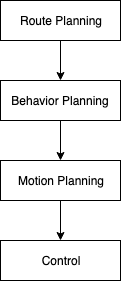
This is assets/pnc_overview.png from intonomos/blog, a draw.io export, as it was before one commit. Source tidied: cells renumbered, new cells last; positions are measured from the earlier drawing's top-left corner, leaving out a move shared by most shapes. Source of this version:
```xml
<mxGraphModel>
  <root>
    <mxCell id="0" />
    <mxCell id="1" parent="0" />
    <mxCell id="2" style="edgeStyle=orthogonalEdgeStyle;rounded=0;jettySize=auto;html=1;exitX=0.5;exitY=1;exitDx=0;exitDy=0;entryX=0.5;entryY=0;entryDx=0;entryDy=0;" parent="1" edge="1" source="3" target="5">
      <mxGeometry relative="1" as="geometry" />
    </mxCell>
    <mxCell id="3" value="Route Planning" style="rounded=0;whiteSpace=wrap;html=1;" parent="1" vertex="1">
      <mxGeometry width="120" height="40" as="geometry" />
    </mxCell>
    <mxCell id="4" style="edgeStyle=orthogonalEdgeStyle;rounded=0;jettySize=auto;html=1;exitX=0.5;exitY=1;exitDx=0;exitDy=0;entryX=0.5;entryY=0;entryDx=0;entryDy=0;" parent="1" edge="1" source="5" target="7">
      <mxGeometry relative="1" as="geometry" />
    </mxCell>
    <mxCell id="5" value="Behavior Planning" style="rounded=0;whiteSpace=wrap;html=1;" parent="1" vertex="1">
      <mxGeometry y="80" width="120" height="40" as="geometry" />
    </mxCell>
    <mxCell id="6" style="edgeStyle=orthogonalEdgeStyle;rounded=0;jettySize=auto;html=1;exitX=0.5;exitY=1;exitDx=0;exitDy=0;entryX=0.5;entryY=0;entryDx=0;entryDy=0;" parent="1" edge="1" source="7" target="8">
      <mxGeometry relative="1" as="geometry" />
    </mxCell>
    <mxCell id="7" value="Motion Planning" style="rounded=0;whiteSpace=wrap;html=1;" parent="1" vertex="1">
      <mxGeometry y="160" width="120" height="40" as="geometry" />
    </mxCell>
    <mxCell id="8" value="Control" style="rounded=0;whiteSpace=wrap;html=1;" parent="1" vertex="1">
      <mxGeometry y="240" width="120" height="40" as="geometry" />
    </mxCell>
  </root>
</mxGraphModel>
```
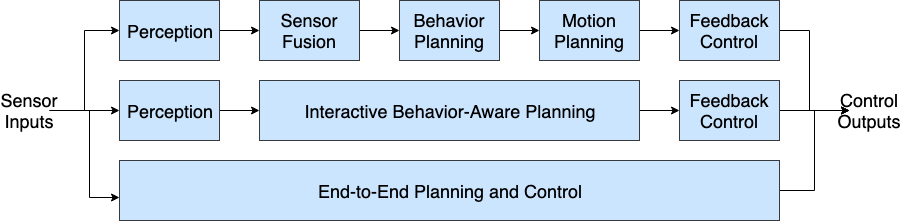
The same file after the commit.

What changed in the source:
```diff
@@ -2,26 +2,85 @@
   <root>
     <mxCell id="0" />
     <mxCell id="1" parent="0" />
-    <mxCell id="2" style="edgeStyle=orthogonalEdgeStyle;rounded=0;jettySize=auto;html=1;exitX=0.5;exitY=1;exitDx=0;exitDy=0;entryX=0.5;entryY=0;entryDx=0;entryDy=0;" parent="1" edge="1" source="3" target="5">
-      <mxGeometry relative="1" as="geometry" />
-    </mxCell>
-    <mxCell id="3" value="Route Planning" style="rounded=0;whiteSpace=wrap;html=1;" parent="1" vertex="1">
-      <mxGeometry width="120" height="40" as="geometry" />
-    </mxCell>
+    <mxCell id="9" style="edgeStyle=orthogonalEdgeStyle;rounded=0;jettySize=auto;html=1;exitX=1;exitY=0.5;exitDx=0;exitDy=0;entryX=0;entryY=0.5;entryDx=0;entryDy=0;fontSize=18;" parent="1" edge="1" source="10" target="23">
+      <mxGeometry relative="1" as="geometry" />
+    </mxCell>
+    <mxCell id="10" value="Perception" style="rounded=0;whiteSpace=wrap;html=1;fontSize=18;fillColor=#cce5ff;strokeColor=#36393d;" parent="1" vertex="1">
+      <mxGeometry x="-160" y="80" width="100" height="60" as="geometry" />
+    </mxCell>
-    <mxCell id="4" style="edgeStyle=orthogonalEdgeStyle;rounded=0;jettySize=auto;html=1;exitX=0.5;exitY=1;exitDx=0;exitDy=0;entryX=0.5;entryY=0;entryDx=0;entryDy=0;" parent="1" edge="1" source="5" target="7">
+    <mxCell id="4" style="edgeStyle=orthogonalEdgeStyle;rounded=0;jettySize=auto;html=1;exitX=1;exitY=0.5;exitDx=0;exitDy=0;entryX=0;entryY=0.5;entryDx=0;entryDy=0;fontSize=18;" parent="1" edge="1" source="5" target="7">
       <mxGeometry relative="1" as="geometry" />
     </mxCell>
-    <mxCell id="5" value="Behavior Planning" style="rounded=0;whiteSpace=wrap;html=1;" parent="1" vertex="1">
-      <mxGeometry y="80" width="120" height="40" as="geometry" />
+    <mxCell id="5" value="Behavior Planning" style="rounded=0;whiteSpace=wrap;html=1;fontSize=18;fillColor=#cce5ff;strokeColor=#36393d;" parent="1" vertex="1">
+      <mxGeometry x="120" y="80" width="100" height="60" as="geometry" />
     </mxCell>
-    <mxCell id="6" style="edgeStyle=orthogonalEdgeStyle;rounded=0;jettySize=auto;html=1;exitX=0.5;exitY=1;exitDx=0;exitDy=0;entryX=0.5;entryY=0;entryDx=0;entryDy=0;" parent="1" edge="1" source="7" target="8">
-      <mxGeometry relative="1" as="geometry" />
-    </mxCell>
+    <mxCell id="11" style="edgeStyle=orthogonalEdgeStyle;rounded=0;jettySize=auto;html=1;exitX=1;exitY=0.5;exitDx=0;exitDy=0;entryX=0;entryY=0.5;entryDx=0;entryDy=0;fontSize=18;" parent="1" edge="1" source="7" target="13">
+      <mxGeometry relative="1" as="geometry" />
+    </mxCell>
-    <mxCell id="7" value="Motion Planning" style="rounded=0;whiteSpace=wrap;html=1;" parent="1" vertex="1">
-      <mxGeometry y="160" width="120" height="40" as="geometry" />
+    <mxCell id="7" value="Motion Planning" style="rounded=0;whiteSpace=wrap;html=1;fontSize=18;fillColor=#cce5ff;strokeColor=#36393d;" parent="1" vertex="1">
+      <mxGeometry x="260" y="80" width="100" height="60" as="geometry" />
     </mxCell>
-    <mxCell id="8" value="Control" style="rounded=0;whiteSpace=wrap;html=1;" parent="1" vertex="1">
-      <mxGeometry y="240" width="120" height="40" as="geometry" />
-    </mxCell>
+    <mxCell id="12" style="edgeStyle=orthogonalEdgeStyle;rounded=0;jettySize=auto;html=1;fontSize=18;" parent="1" edge="1" source="13" target="28">
+      <mxGeometry relative="1" as="geometry">
+        <Array as="points">
+          <mxPoint x="530" y="110" />
+          <mxPoint x="530" y="190" />
+        </Array>
+      </mxGeometry>
+    </mxCell>
+    <mxCell id="13" value="Feedback Control" style="rounded=0;whiteSpace=wrap;html=1;fontSize=18;fillColor=#cce5ff;strokeColor=#36393d;" parent="1" vertex="1">
+      <mxGeometry x="400" y="80" width="100" height="60" as="geometry" />
+    </mxCell>
+    <mxCell id="14" style="edgeStyle=orthogonalEdgeStyle;rounded=0;jettySize=auto;html=1;exitX=1;exitY=0.5;exitDx=0;exitDy=0;entryX=0;entryY=0.5;entryDx=0;entryDy=0;fontSize=18;" parent="1" edge="1" source="15" target="17">
+      <mxGeometry relative="1" as="geometry" />
+    </mxCell>
+    <mxCell id="15" value="Perception" style="rounded=0;whiteSpace=wrap;html=1;fontSize=18;fillColor=#cce5ff;strokeColor=#36393d;" parent="1" vertex="1">
+      <mxGeometry x="-160" y="160" width="100" height="60" as="geometry" />
+    </mxCell>
+    <mxCell id="16" style="edgeStyle=orthogonalEdgeStyle;rounded=0;jettySize=auto;html=1;exitX=1;exitY=0.5;exitDx=0;exitDy=0;entryX=0;entryY=0.5;entryDx=0;entryDy=0;fontSize=18;" parent="1" edge="1" source="17" target="19">
+      <mxGeometry relative="1" as="geometry" />
+    </mxCell>
+    <mxCell id="17" value="Interactive Behavior-Aware Planning" style="rounded=0;whiteSpace=wrap;html=1;fontSize=18;fillColor=#cce5ff;strokeColor=#36393d;" parent="1" vertex="1">
+      <mxGeometry x="-20" y="160" width="380" height="60" as="geometry" />
+    </mxCell>
+    <mxCell id="18" style="edgeStyle=orthogonalEdgeStyle;rounded=0;jettySize=auto;html=1;exitX=1;exitY=0.5;exitDx=0;exitDy=0;fontSize=18;" parent="1" edge="1" source="19" target="28">
+      <mxGeometry relative="1" as="geometry" />
+    </mxCell>
+    <mxCell id="19" value="Feedback Control" style="rounded=0;whiteSpace=wrap;html=1;fontSize=18;fillColor=#cce5ff;strokeColor=#36393d;" parent="1" vertex="1">
+      <mxGeometry x="400" y="160" width="100" height="60" as="geometry" />
+    </mxCell>
+    <mxCell id="20" style="edgeStyle=orthogonalEdgeStyle;rounded=0;jettySize=auto;html=1;exitX=1;exitY=0.5;exitDx=0;exitDy=0;entryX=0;entryY=0.5;entryDx=0;entryDy=0;fontSize=18;" parent="1" edge="1" source="21" target="28">
+      <mxGeometry relative="1" as="geometry" />
+    </mxCell>
+    <mxCell id="21" value="End-to-End Planning and Control" style="rounded=0;whiteSpace=wrap;html=1;fontSize=18;fillColor=#cce5ff;strokeColor=#36393d;" parent="1" vertex="1">
+      <mxGeometry x="-160" y="240" width="660" height="60" as="geometry" />
+    </mxCell>
+    <mxCell id="22" style="edgeStyle=orthogonalEdgeStyle;rounded=0;jettySize=auto;html=1;exitX=1;exitY=0.5;exitDx=0;exitDy=0;entryX=0;entryY=0.5;entryDx=0;entryDy=0;fontSize=18;" parent="1" edge="1" source="23" target="5">
+      <mxGeometry relative="1" as="geometry" />
+    </mxCell>
+    <mxCell id="23" value="Sensor Fusion" style="rounded=0;whiteSpace=wrap;html=1;fontSize=18;fillColor=#cce5ff;strokeColor=#36393d;" parent="1" vertex="1">
+      <mxGeometry x="-20" y="80" width="100" height="60" as="geometry" />
+    </mxCell>
+    <mxCell id="24" style="edgeStyle=orthogonalEdgeStyle;rounded=0;jettySize=auto;html=1;exitX=1;exitY=0.5;exitDx=0;exitDy=0;entryX=0;entryY=0.5;entryDx=0;entryDy=0;fontSize=18;" parent="1" edge="1" source="27" target="15">
+      <mxGeometry relative="1" as="geometry" />
+    </mxCell>
+    <mxCell id="25" style="edgeStyle=orthogonalEdgeStyle;rounded=0;jettySize=auto;html=1;entryX=0;entryY=0.5;entryDx=0;entryDy=0;fontSize=18;" parent="1" edge="1" source="27" target="10">
+      <mxGeometry relative="1" as="geometry" />
+    </mxCell>
+    <mxCell id="26" style="edgeStyle=orthogonalEdgeStyle;rounded=0;jettySize=auto;html=1;entryX=0;entryY=0.617;entryDx=0;entryDy=0;entryPerimeter=0;fontSize=18;" parent="1" edge="1" target="21">
+      <mxGeometry relative="1" as="geometry">
+        <mxPoint x="-220" y="190" as="sourcePoint" />
+        <Array as="points">
+          <mxPoint x="-190" y="190" />
+          <mxPoint x="-190" y="277" />
+        </Array>
+      </mxGeometry>
+    </mxCell>
+    <mxCell id="27" value="Sensor&lt;br&gt;Inputs&lt;br&gt;" style="text;html=1;strokeColor=none;fillColor=none;align=center;verticalAlign=middle;whiteSpace=wrap;rounded=0;fontSize=18;" parent="1" vertex="1">
+      <mxGeometry x="-270" y="180" width="40" height="20" as="geometry" />
+    </mxCell>
+    <mxCell id="28" value="Control Outputs&lt;br&gt;" style="text;html=1;strokeColor=none;fillColor=none;align=center;verticalAlign=middle;whiteSpace=wrap;rounded=0;fontSize=18;" parent="1" vertex="1">
+      <mxGeometry x="570" y="180" width="40" height="20" as="geometry" />
+    </mxCell>
   </root>
 </mxGraphModel>
```
